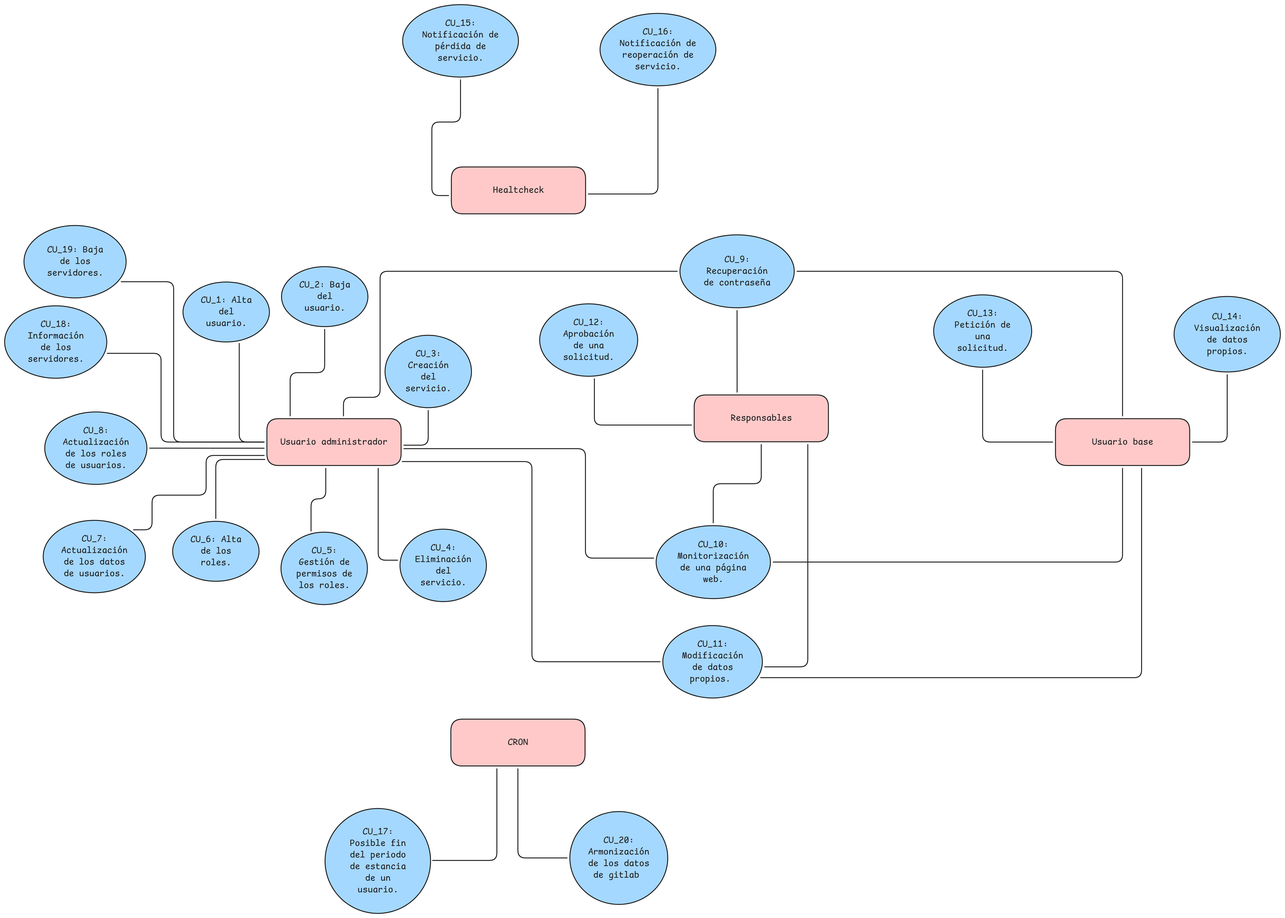
Earlier version of the Excalidraw export memoria/imagenes/incremento-ii/casos_uso_incremento_ii.png (alejandro-f-d/TFG). Source tidied: one line per element, renumbered; positions are measured from the earlier drawing's top-left corner, leaving out a move shared by most shapes.
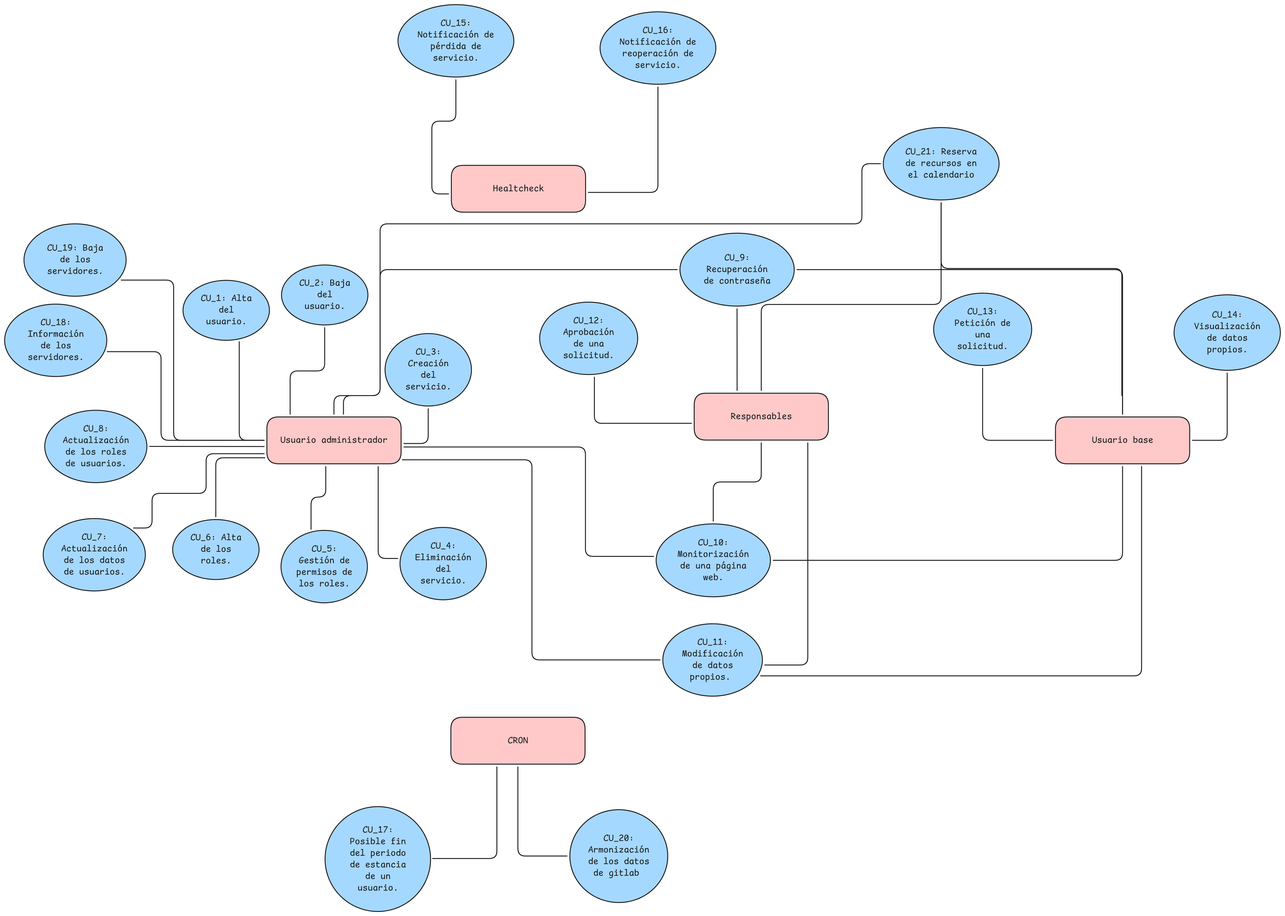
Later version of the same file.

The edit, as a diff of the source:
```diff
@@ -20,11 +20,11 @@
 {"id": 19, "type": "text", "text": "CRON", "strokeColor": "#1e1e1e", "backgroundColor": "#ffc9c9", "fillStyle": "solid", "strokeWidth": 2, "roughness": 0, "fontSize": 20, "fontFamily": 8, "textAlign": "center", "verticalAlign": "middle", "inside": 18, "x": 1084, "y": 1577, "width": 44, "height": 25}
 {"id": 20, "type": "rectangle", "strokeColor": "#1e1e1e", "backgroundColor": "#ffc9c9", "fillStyle": "solid", "strokeWidth": 2, "roughness": 0, "round": true, "x": 962, "y": 350, "width": 289, "height": 101}
 {"id": 21, "type": "text", "text": "Healtcheck", "strokeColor": "#1e1e1e", "backgroundColor": "#a5d8ff", "fillStyle": "solid", "strokeWidth": 2, "roughness": 0, "fontSize": 20, "fontFamily": 8, "textAlign": "center", "verticalAlign": "middle", "inside": 20, "x": 1052, "y": 388, "width": 110, "height": 25}
-{"id": 22, "type": "ellipse", "strokeColor": "#1e1e1e", "backgroundColor": "#a5d8ff", "fillStyle": "solid", "strokeWidth": 2, "roughness": 0, "round": true, "x": 857, "y": 0, "width": 249, "height": 156}
+{"id": 22, "type": "ellipse", "strokeColor": "#1e1e1e", "backgroundColor": "#a5d8ff", "fillStyle": "solid", "strokeWidth": 2, "roughness": 0, "round": true, "x": 847, "y": 3, "width": 249, "height": 156}
-{"id": 23, "type": "text", "text": "CU_15:\nNotificación de\npérdida de\nservicio.", "strokeColor": "#1e1e1e", "backgroundColor": "#a5d8ff", "fillStyle": "solid", "strokeWidth": 2, "roughness": 0, "fontSize": 20, "fontFamily": 8, "textAlign": "center", "verticalAlign": "middle", "inside": 22, "x": 899, "y": 28, "width": 165, "height": 100}
+{"id": 23, "type": "text", "text": "CU_15:\nNotificación de\npérdida de\nservicio.", "strokeColor": "#1e1e1e", "backgroundColor": "#a5d8ff", "fillStyle": "solid", "strokeWidth": 2, "roughness": 0, "fontSize": 20, "fontFamily": 8, "textAlign": "center", "verticalAlign": "middle", "inside": 22, "x": 889, "y": 31, "width": 165, "height": 100}
 {"id": 24, "type": "ellipse", "strokeColor": "#1e1e1e", "backgroundColor": "#a5d8ff", "fillStyle": "solid", "strokeWidth": 2, "roughness": 0, "round": true, "x": 1282, "y": 19, "width": 249, "height": 156}
 {"id": 25, "type": "text", "text": "CU_16:\nNotificación de\nreoperación de\nservicio.", "strokeColor": "#1e1e1e", "backgroundColor": "#a5d8ff", "fillStyle": "solid", "strokeWidth": 2, "roughness": 0, "fontSize": 20, "fontFamily": 8, "textAlign": "center", "verticalAlign": "middle", "inside": 24, "x": 1324, "y": 47, "width": 165, "height": 100}
-{"id": 26, "type": "arrow", "strokeColor": "#1e1e1e", "backgroundColor": "#a5d8ff", "fillStyle": "solid", "strokeWidth": 2, "roughness": 0, "from": 22, "to": 20, "x": 982, "y": 162, "width": 62, "height": 249, "points": [[0, 0], [0, 91], [-62, 91], [-62, 249], [-26, 249]]}
+{"id": 26, "type": "arrow", "strokeColor": "#1e1e1e", "backgroundColor": "#a5d8ff", "fillStyle": "solid", "strokeWidth": 2, "roughness": 0, "from": 22, "to": 20, "x": 972, "y": 165, "width": 52, "height": 246, "points": [[0, 0], [0, 89], [-52, 89], [-52, 246], [-16, 246]]}
 {"id": 27, "type": "arrow", "strokeColor": "#1e1e1e", "backgroundColor": "#a5d8ff", "fillStyle": "solid", "strokeWidth": 2, "roughness": 0, "from": 24, "to": 20, "x": 1407, "y": 181, "width": 150, "height": 227, "points": [[0, 0], [0, 227], [-150, 227]]}
 {"id": 28, "type": "ellipse", "strokeColor": "#1e1e1e", "backgroundColor": "#a5d8ff", "fillStyle": "solid", "strokeWidth": 2, "roughness": 0, "round": true, "x": 690, "y": 1732, "width": 227, "height": 226}
 {"id": 29, "type": "text", "text": "CU_17:\nPosible fin\ndel periodo\nde estancia\nde un\nusuario.", "strokeColor": "#1e1e1e", "backgroundColor": "#a5d8ff", "fillStyle": "solid", "strokeWidth": 2, "roughness": 0, "fontSize": 20, "fontFamily": 8, "textAlign": "center", "verticalAlign": "middle", "inside": 28, "x": 743, "y": 1770, "width": 121, "height": 150}
@@ -74,3 +74,8 @@
 {"id": 73, "type": "ellipse", "strokeColor": "#1e1e1e", "backgroundColor": "#a5d8ff", "fillStyle": "solid", "strokeWidth": 2, "roughness": 0, "round": true, "x": 1217, "y": 1738, "width": 211, "height": 200}
 {"id": 74, "type": "text", "text": "CU_20:\nArmonización\nde los datos\nde gitlab ", "strokeColor": "#1e1e1e", "strokeWidth": 2, "roughness": 0, "fontSize": 20, "fontFamily": 8, "textAlign": "center", "verticalAlign": "middle", "inside": 73, "x": 1257, "y": 1788, "width": 132, "height": 100}
 {"id": 75, "type": "arrow", "strokeColor": "#1e1e1e", "strokeWidth": 2, "roughness": 0, "from": 18, "to": 73, "x": 1105, "y": 1646, "width": 106, "height": 192, "points": [[0, 0], [0, 192], [106, 192]]}
+{"id": 76, "type": "ellipse", "strokeColor": "#1e1e1e", "backgroundColor": "#a5d8ff", "fillStyle": "solid", "strokeWidth": 2, "roughness": 0, "round": true, "x": 1892, "y": 268, "width": 249, "height": 156}
+{"id": 77, "type": "text", "text": "CU_21: Reserva\nde recursos en\nel calendario", "strokeColor": "#1e1e1e", "backgroundColor": "#a5d8ff", "fillStyle": "solid", "strokeWidth": 2, "roughness": 0, "fontSize": 20, "fontFamily": 8, "textAlign": "center", "verticalAlign": "middle", "inside": 76, "x": 1940, "y": 309, "width": 154, "height": 75}
+{"id": 78, "type": "arrow", "strokeColor": "#1e1e1e", "strokeWidth": 2, "roughness": 0, "from": 0, "to": 76, "x": 709, "y": 886, "width": 1177, "height": 540, "points": [[0, 0], [0, -40], [99, -40], [99, -410], [1137, -410], [1137, -540], [1177, -540]]}
+{"id": 79, "type": "arrow", "strokeColor": "#1e1e1e", "strokeWidth": 2, "roughness": 0, "from": 2, "to": 76, "x": 1630, "y": 835, "width": 387, "height": 405, "points": [[0, 0], [0, -185], [387, -185], [387, -405]]}
+{"id": 80, "type": "arrow", "strokeColor": "#1e1e1e", "strokeWidth": 2, "roughness": 0, "from": 4, "to": 76, "x": 2408, "y": 886, "width": 391, "height": 456, "points": [[0, 0], [0, -40], [-2, -40], [-2, -314], [-391, -314], [-391, -456]]}
```
